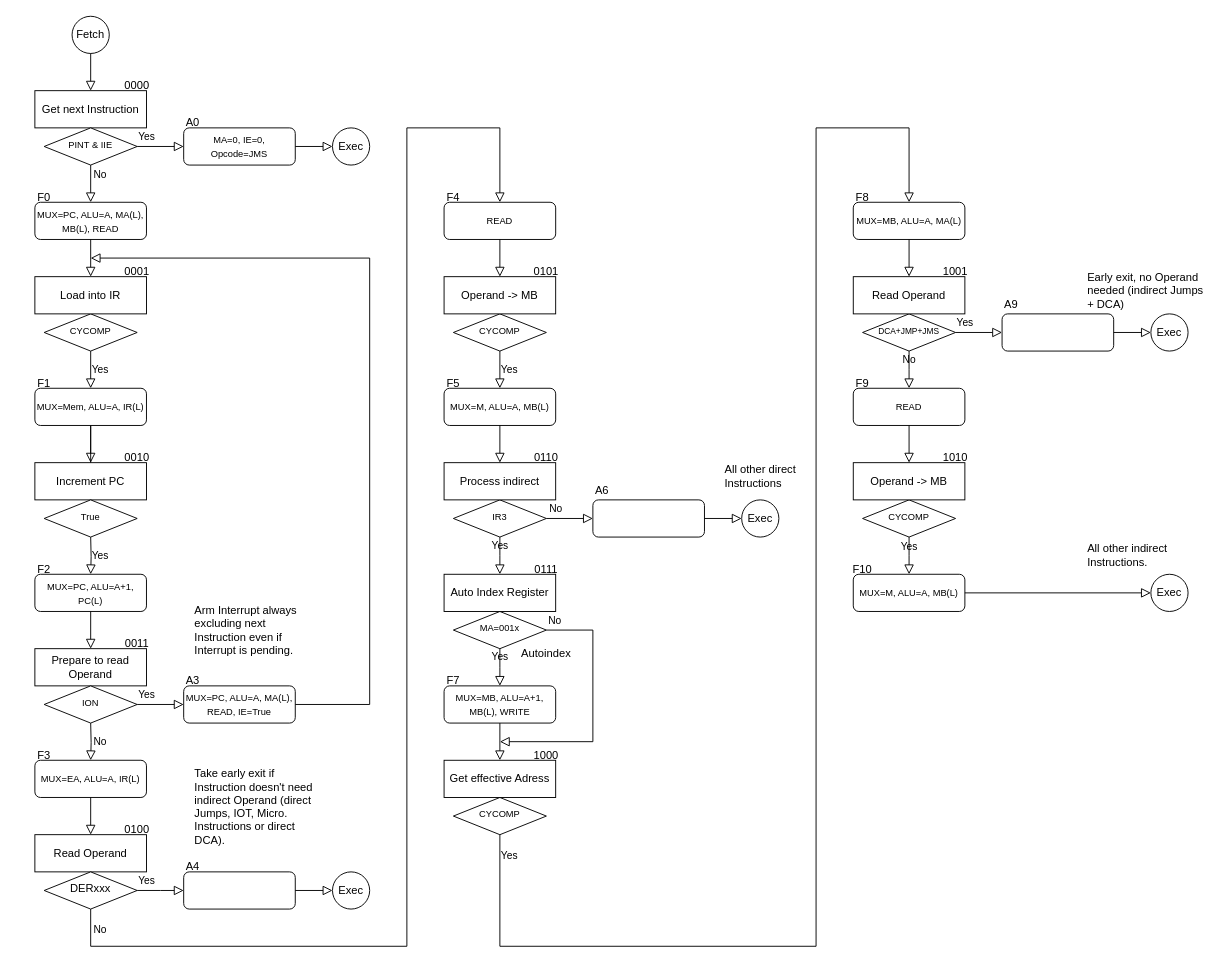
The draw.io diagram Documentation/LD12-Fetch-Flowchart.drawio in altelch/pdp8-ld12, before the edit. Source tidied: cells renumbered, new cells numbered last; positions are measured from the earlier drawing's top-left corner, leaving out a move shared by most shapes. Both pictures are drawn from the tidied source at 93%, with x=0, y=0 at pixel (16, 16).
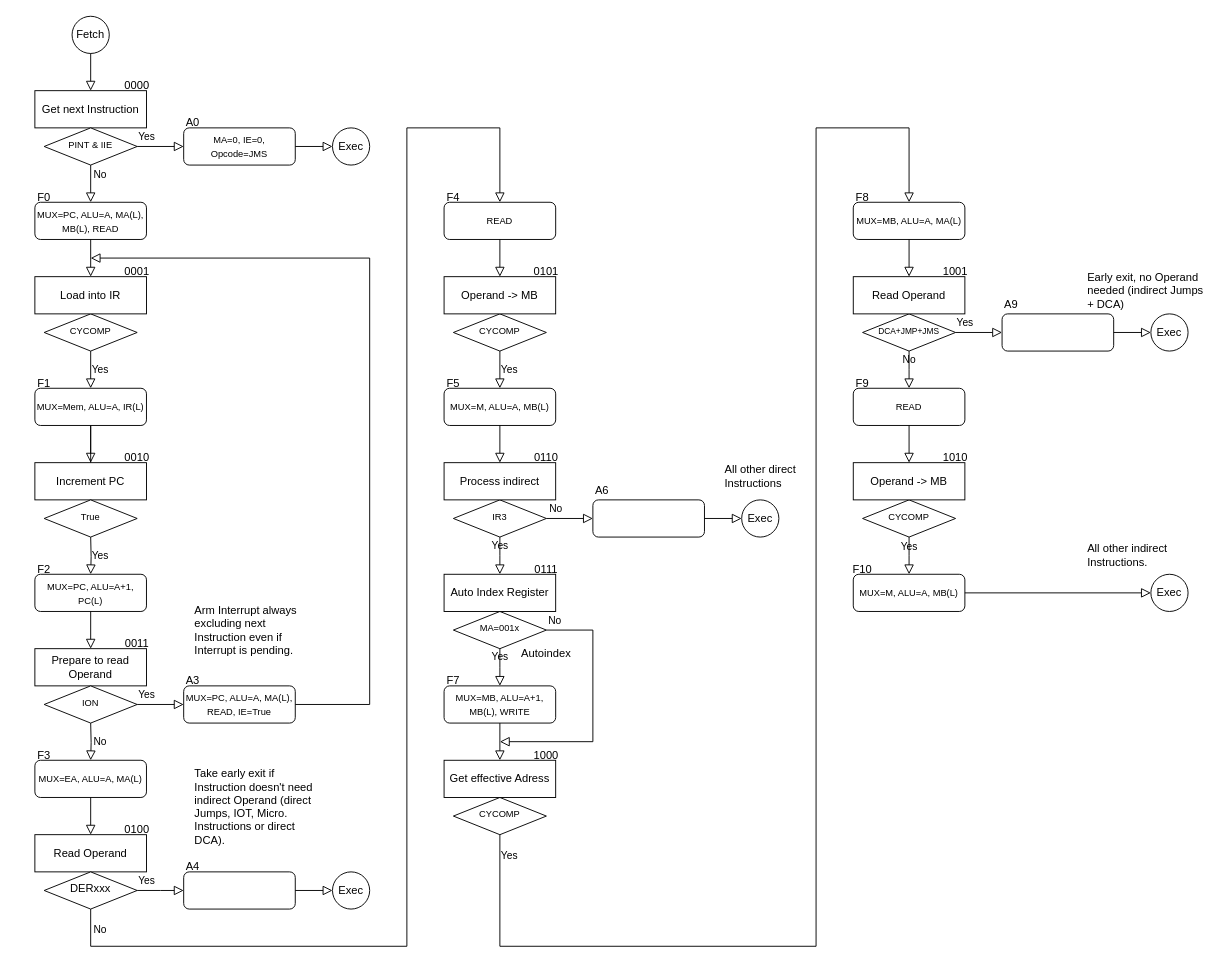
The same diagram, later.

What changed in the source:
```diff
@@
-    <mxCell id="45" value="&lt;font style=&quot;font-size: 10px;&quot;&gt;MUX=EA, ALU=A, IR(L)&lt;/font&gt;" style="rounded=1;whiteSpace=wrap;html=1;fontSize=12;glass=0;strokeWidth=1;shadow=0;" parent="1" vertex="1">
+    <mxCell id="45" value="&lt;font style=&quot;font-size: 10px;&quot;&gt;MUX=EA, ALU=A, MA(L)&lt;/font&gt;" style="rounded=1;whiteSpace=wrap;html=1;fontSize=12;glass=0;strokeWidth=1;shadow=0;" parent="1" vertex="1">
       <mxGeometry x="20" y="800" width="120" height="40" as="geometry" />
     </mxCell>
```
